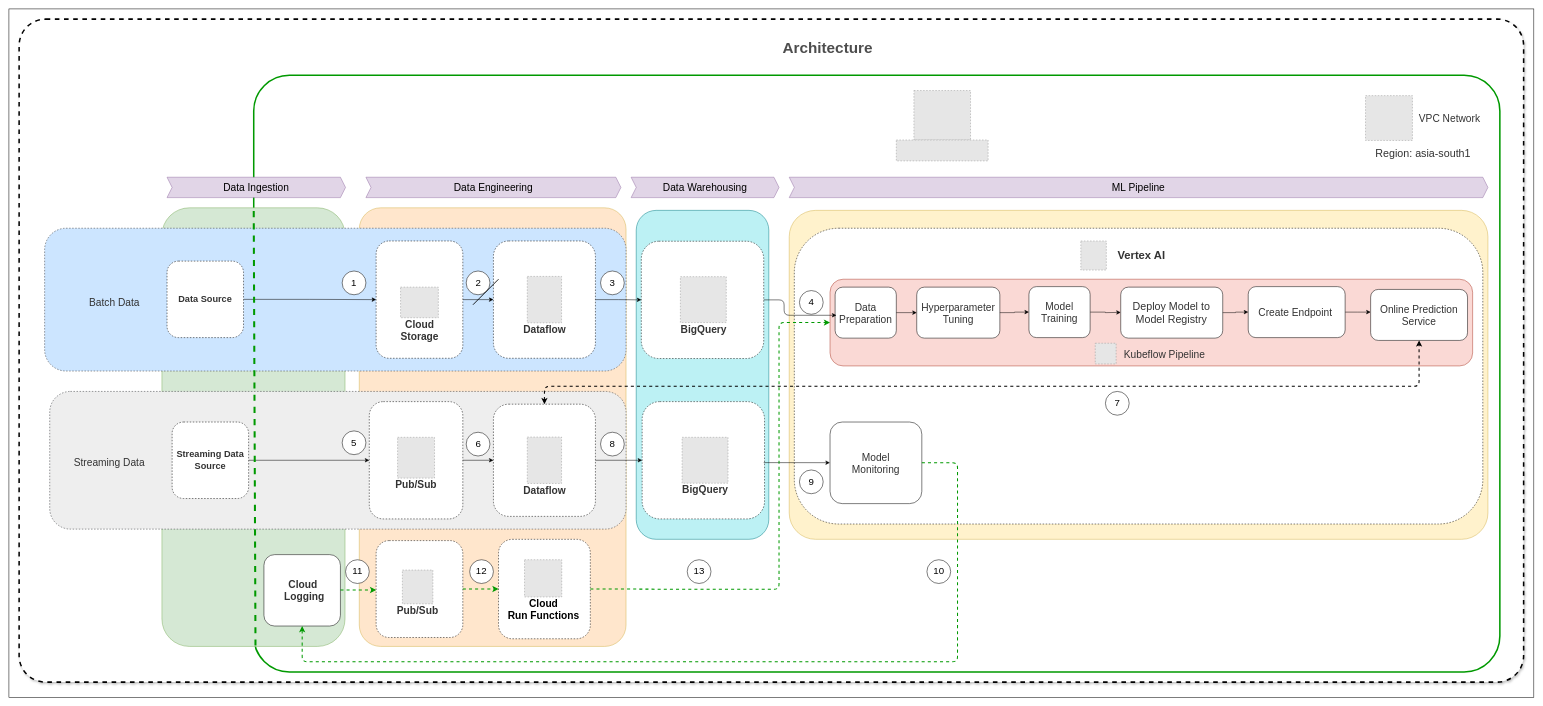
The draw.io diagram ML Ops Architecture.drawio in adityasolanki205/Architecture_diagrams, before the edit. Source tidied: cells renumbered, new cells numbered last; positions are measured from the earlier drawing's top-left corner, leaving out a move shared by most shapes. Both pictures are drawn from the tidied source at 51%, with x=0, y=0 at pixel (9, 9). Pictures stored in the file or linked from it are replaced by grey dashed boxes.
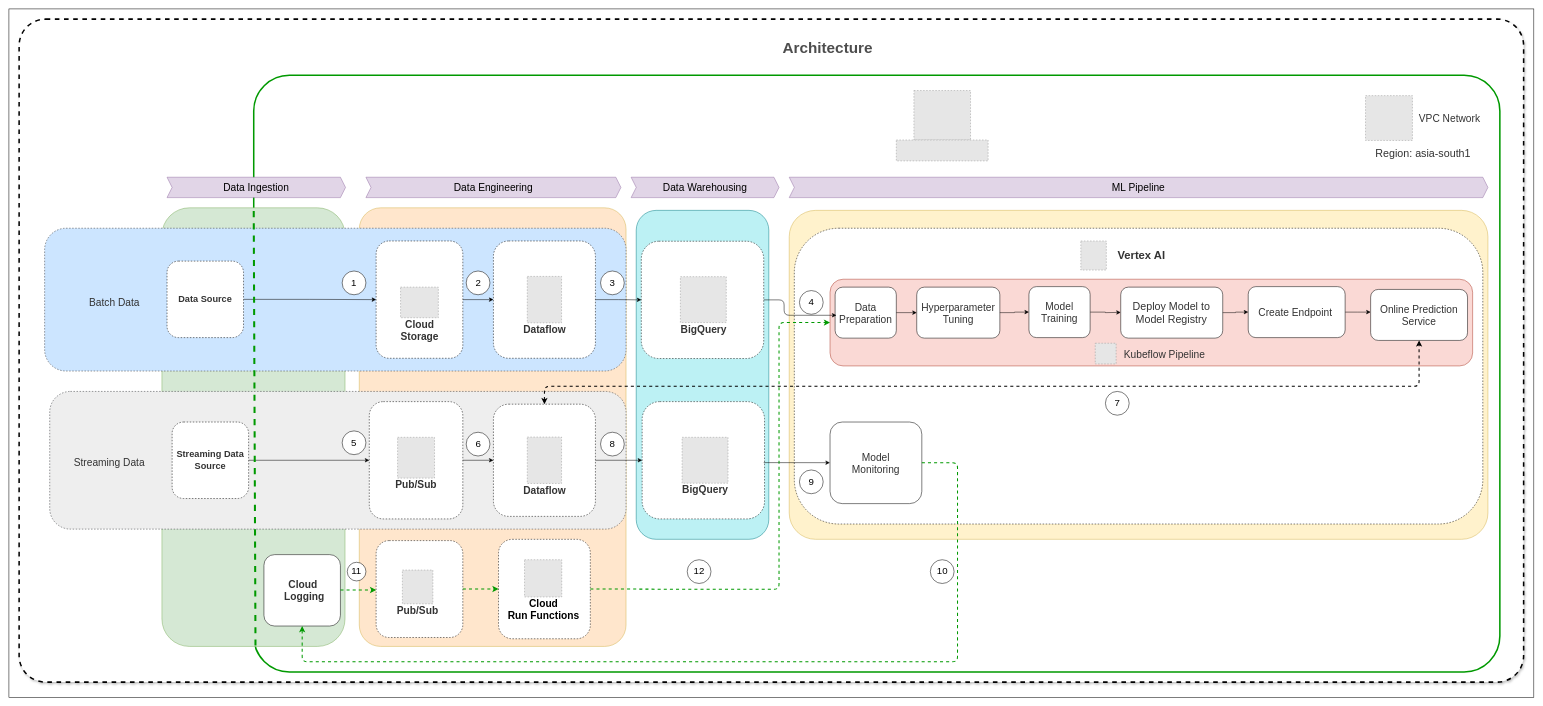
Above is the later version.

Diff of the diagram source:
```diff
@@
-    <mxCell id="103" style="endArrow=none;html=1;rounded=0;" parent="1" edge="1">
-      <mxGeometry relative="1" as="geometry">
-        <mxPoint x="910" y="580" as="sourcePoint" />
-        <mxPoint x="960" y="530" as="targetPoint" />
-      </mxGeometry>
-    </mxCell>
-    <mxCell id="104" style="endArrow=none;html=1;rounded=0;" parent="1" edge="1">
-      <mxGeometry relative="1" as="geometry">
-        <mxPoint x="910" y="580" as="sourcePoint" />
-        <mxPoint x="960" y="530" as="targetPoint" />
-      </mxGeometry>
-    </mxCell>
@@
     <mxCell id="109" value="&lt;span style=&quot;font-size: 19px;&quot;&gt;10&lt;/span&gt;" style="ellipse;whiteSpace=wrap;html=1;" parent="1" vertex="1">
-      <mxGeometry x="1800" y="1080" width="46.6" height="46.6" as="geometry" />
+      <mxGeometry x="1806.7" y="1080" width="46.6" height="46.6" as="geometry" />
     </mxCell>
-    <mxCell id="110" value="&lt;span style=&quot;font-size: 19px;&quot;&gt;11&lt;/span&gt;" style="ellipse;whiteSpace=wrap;html=1;" parent="1" vertex="1">
-      <mxGeometry x="660" y="1080" width="46.6" height="46.6" as="geometry" />
-    </mxCell>
-    <mxCell id="111" value="&lt;span style=&quot;font-size: 19px;&quot;&gt;12&lt;/span&gt;" style="ellipse;whiteSpace=wrap;html=1;" parent="1" vertex="1">
-      <mxGeometry x="903.4" y="1080" width="46.6" height="46.6" as="geometry" />
-    </mxCell>
-    <mxCell id="112" value="&lt;span style=&quot;font-size: 19px;&quot;&gt;13&lt;/span&gt;" style="ellipse;whiteSpace=wrap;html=1;" parent="1" vertex="1">
+    <mxCell id="112" value="&lt;span style=&quot;font-size: 19px;&quot;&gt;12&lt;/span&gt;" style="ellipse;whiteSpace=wrap;html=1;" parent="1" vertex="1">
       <mxGeometry x="1330" y="1080" width="46.6" height="46.6" as="geometry" />
     </mxCell>
@@
+    <mxCell id="110" value="&lt;span style=&quot;font-size: 19px;&quot;&gt;11&lt;/span&gt;" style="ellipse;whiteSpace=wrap;html=1;" parent="1" vertex="1">
+      <mxGeometry x="663.4" y="1085" width="36.6" height="36.6" as="geometry" />
+    </mxCell>
```
